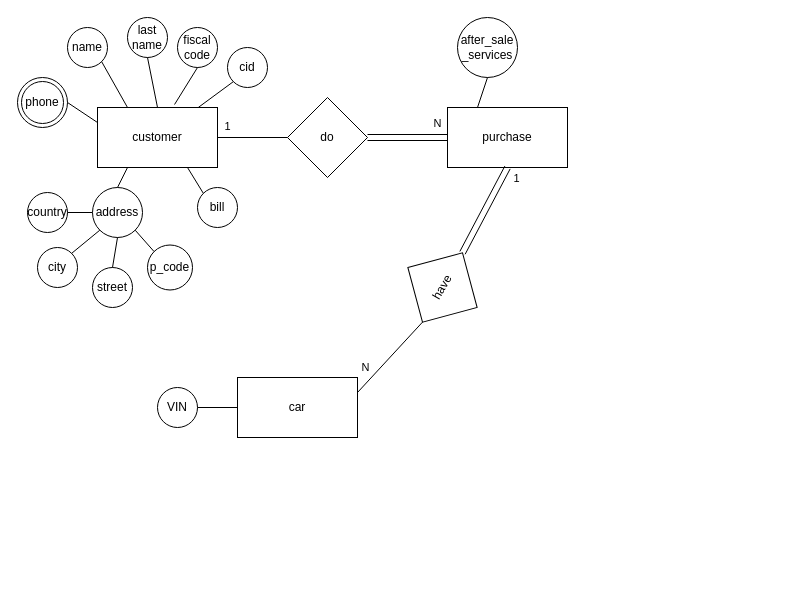
This is car_manufactoring_conceptual.drawio from mohsenshahii/database, a draw.io file, before an edit. Source tidied: cells renumbered, new cells numbered last; positions are measured from the earlier drawing's top-left corner, leaving out a move shared by most shapes. Both pictures are drawn from the tidied source at 100%, with x=0, y=0 at pixel (17, 17).
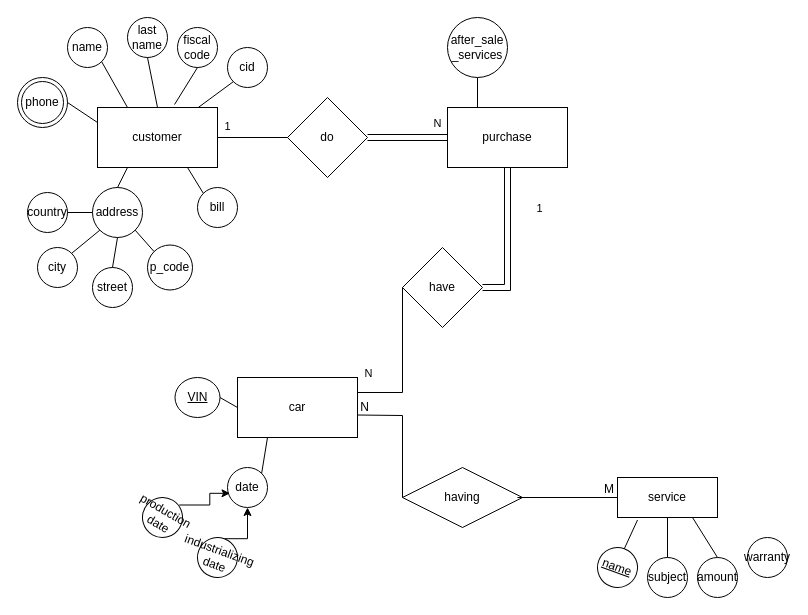
After the change.

The change refers to these unchanged cells:
```xml
<mxCell id="25" value="purchase" style="rounded=0;whiteSpace=wrap;html=1;" parent="1" vertex="1">
  <mxGeometry x="430" y="90" width="120" height="60" as="geometry" />
</mxCell>
<mxCell id="33" value="car" style="rounded=0;whiteSpace=wrap;html=1;" parent="1" vertex="1">
  <mxGeometry x="220" y="360" width="120" height="60" as="geometry" />
</mxCell>
```

Change to the diagram source:
```diff
@@
     <mxCell id="27" value="after_sale&lt;br&gt;_services" style="ellipse;whiteSpace=wrap;html=1;" parent="1" vertex="1">
-      <mxGeometry x="440" width="60" height="60" as="geometry" />
+      <mxGeometry x="430" width="60" height="60" as="geometry" />
     </mxCell>
@@
-    <mxCell id="34" value="have" style="rhombus;whiteSpace=wrap;html=1;rotation=-60;" parent="1" vertex="1">
+    <mxCell id="34" value="have" style="rhombus;whiteSpace=wrap;html=1;rotation=0;" parent="1" vertex="1">
       <mxGeometry x="385" y="230" width="80" height="80" as="geometry" />
     </mxCell>
     <mxCell id="35" style="endArrow=classic;html=1;rounded=0;shape=link;width=6;entryX=0.5;entryY=1;entryDx=0;entryDy=0;exitX=1;exitY=0.5;exitDx=0;exitDy=0;" parent="1" edge="1" source="34" target="25">
-      <mxGeometry relative="1" as="geometry" />
+      <mxGeometry relative="1" as="geometry">
+        <Array as="points">
+          <mxPoint x="490" y="270" />
+        </Array>
+      </mxGeometry>
     </mxCell>
@@
     <mxCell id="37" style="endArrow=0;html=1;rounded=0;exitX=1;exitY=0.25;exitDx=0;exitDy=0;entryX=0;entryY=0.5;entryDx=0;entryDy=0;" parent="1" edge="1" source="33" target="34">
-      <mxGeometry relative="1" as="geometry" />
+      <mxGeometry relative="1" as="geometry">
+        <Array as="points">
+          <mxPoint x="385" y="375" />
+        </Array>
+      </mxGeometry>
     </mxCell>
     <mxCell id="38" value="N" style="edgeLabel;html=1;align=center;verticalAlign=middle;" parent="37" vertex="1">
       <mxGeometry relative="1" as="geometry">
-        <mxPoint x="-25" y="10" as="offset" />
+        <mxPoint x="-35" y="10" as="offset" />
       </mxGeometry>
     </mxCell>
+    <mxCell id="40" style="endArrow=none;html=1;rounded=0;exitX=1;exitY=0.5;exitDx=0;exitDy=0;entryX=0;entryY=0.5;entryDx=0;entryDy=0;" parent="1" edge="1" source="39" target="33">
+      <mxGeometry relative="1" as="geometry" />
+    </mxCell>
+    <mxCell id="41" value="date" style="ellipse;whiteSpace=wrap;html=1;" parent="1" vertex="1">
+      <mxGeometry x="210" y="450" width="40" height="40" as="geometry" />
+    </mxCell>
+    <mxCell id="42" style="endArrow=none;html=1;rounded=0;entryX=0.25;entryY=1;entryDx=0;entryDy=0;exitX=1;exitY=0;exitDx=0;exitDy=0;" parent="1" edge="1" source="41" target="33">
+      <mxGeometry relative="1" as="geometry" />
+    </mxCell>
+    <mxCell id="43" style="edgeStyle=orthogonalEdgeStyle;rounded=0;jettySize=auto;html=1;exitX=0.021;exitY=0.295;exitDx=0;exitDy=0;entryX=0.063;entryY=0.646;entryDx=0;entryDy=0;entryPerimeter=0;exitPerimeter=0;" parent="1" edge="1" source="44" target="41">
+      <mxGeometry relative="1" as="geometry" />
+    </mxCell>
+    <mxCell id="44" value="production date" style="ellipse;whiteSpace=wrap;html=1;direction=south;rotation=30;" parent="1" vertex="1">
+      <mxGeometry x="125" y="480" width="40" height="40" as="geometry" />
+    </mxCell>
+    <mxCell id="45" style="edgeStyle=orthogonalEdgeStyle;rounded=0;jettySize=auto;html=1;exitX=0.5;exitY=0;exitDx=0;exitDy=0;entryX=0.5;entryY=1;entryDx=0;entryDy=0;" parent="1" edge="1" source="46" target="41">
+      <mxGeometry relative="1" as="geometry" />
+    </mxCell>
+    <mxCell id="46" value="industrializing date" style="ellipse;whiteSpace=wrap;html=1;rotation=20;" parent="1" vertex="1">
+      <mxGeometry x="180" y="520" width="40" height="40" as="geometry" />
+    </mxCell>
+    <mxCell id="47" value="service" style="whiteSpace=wrap;html=1;align=center;" parent="1" vertex="1">
+      <mxGeometry x="600" y="460" width="100" height="40" as="geometry" />
+    </mxCell>
-    <mxCell id="39" value="VIN" style="ellipse;whiteSpace=wrap;html=1;" parent="1" vertex="1">
-      <mxGeometry x="140" y="370" width="40" height="40" as="geometry" />
+    <mxCell id="39" value="VIN" style="ellipse;whiteSpace=wrap;html=1;align=center;fontStyle=4;" parent="1" vertex="1">
+      <mxGeometry x="157.5" y="360" width="45" height="40" as="geometry" />
     </mxCell>
-    <mxCell id="40" style="endArrow=none;html=1;rounded=0;exitX=1;exitY=0.5;exitDx=0;exitDy=0;entryX=0;entryY=0.5;entryDx=0;entryDy=0;" parent="1" edge="1" source="39" target="33">
-      <mxGeometry relative="1" as="geometry" />
-    </mxCell>
+    <mxCell id="48" value="having" style="shape=rhombus;perimeter=rhombusPerimeter;whiteSpace=wrap;html=1;align=center;rotation=0;" parent="1" vertex="1">
+      <mxGeometry x="385" y="450" width="120" height="60" as="geometry" />
+    </mxCell>
+    <mxCell id="49" style="endArrow=none;html=1;rounded=0;entryX=1;entryY=0.625;entryDx=0;entryDy=0;entryPerimeter=0;exitX=0;exitY=0.5;exitDx=0;exitDy=0;" parent="1" edge="1" source="48" target="33">
+      <mxGeometry relative="1" as="geometry">
+        <Array as="points">
+          <mxPoint x="385" y="398" />
+        </Array>
+      </mxGeometry>
+    </mxCell>
+    <mxCell id="50" value="N" style="html=1;align=right;verticalAlign=bottom;" parent="49" vertex="1">
+      <mxGeometry x="1" relative="1" as="geometry">
+        <mxPoint x="12" as="offset" />
+      </mxGeometry>
+    </mxCell>
+    <mxCell id="51" style="endArrow=none;html=1;rounded=0;entryX=0;entryY=0.5;entryDx=0;entryDy=0;exitX=0.958;exitY=0.5;exitDx=0;exitDy=0;exitPerimeter=0;" parent="1" edge="1" source="48" target="47">
+      <mxGeometry relative="1" as="geometry" />
+    </mxCell>
+    <mxCell id="52" value="M" style="html=1;align=right;verticalAlign=bottom;" parent="51" vertex="1">
+      <mxGeometry x="1" relative="1" as="geometry">
+        <mxPoint x="-3" as="offset" />
+      </mxGeometry>
+    </mxCell>
+    <mxCell id="53" value="name" style="ellipse;whiteSpace=wrap;html=1;align=center;fontStyle=4;rotation=20;" parent="1" vertex="1">
+      <mxGeometry x="580" y="530" width="40" height="40" as="geometry" />
+    </mxCell>
+    <mxCell id="54" style="endArrow=none;html=1;rounded=0;entryX=0.5;entryY=0;entryDx=0;entryDy=0;exitX=0.2;exitY=1.063;exitDx=0;exitDy=0;exitPerimeter=0;" parent="1" edge="1" source="47" target="53">
+      <mxGeometry relative="1" as="geometry" />
+    </mxCell>
+    <mxCell id="55" value="subject" style="ellipse;whiteSpace=wrap;html=1;align=center;" parent="1" vertex="1">
+      <mxGeometry x="630" y="540" width="40" height="40" as="geometry" />
+    </mxCell>
+    <mxCell id="56" style="endArrow=none;html=1;rounded=0;entryX=0.5;entryY=0;entryDx=0;entryDy=0;exitX=0.5;exitY=1;exitDx=0;exitDy=0;" parent="1" edge="1" source="47" target="55">
+      <mxGeometry relative="1" as="geometry" />
+    </mxCell>
+    <mxCell id="57" value="amount" style="ellipse;whiteSpace=wrap;html=1;align=center;" parent="1" vertex="1">
+      <mxGeometry x="680" y="540" width="40" height="40" as="geometry" />
+    </mxCell>
+    <mxCell id="58" style="endArrow=none;html=1;rounded=0;entryX=0.5;entryY=0;entryDx=0;entryDy=0;exitX=0.75;exitY=1;exitDx=0;exitDy=0;" parent="1" edge="1" source="47" target="57">
+      <mxGeometry relative="1" as="geometry" />
+    </mxCell>
+    <mxCell id="59" value="warranty" style="ellipse;whiteSpace=wrap;html=1;align=center;" parent="1" vertex="1">
+      <mxGeometry x="730" y="520" width="40" height="40" as="geometry" />
+    </mxCell>
```
